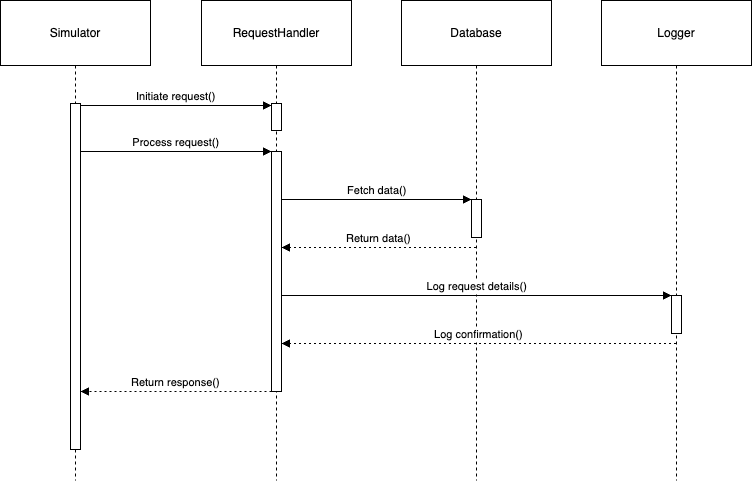
The draw.io diagram report/images/simulator.png in Niceness-2-0/itu-minitwit, before a commit. Source tidied: cells renumbered, new cells last; positions are measured from the earlier drawing's top-left corner, leaving out a move shared by most shapes.
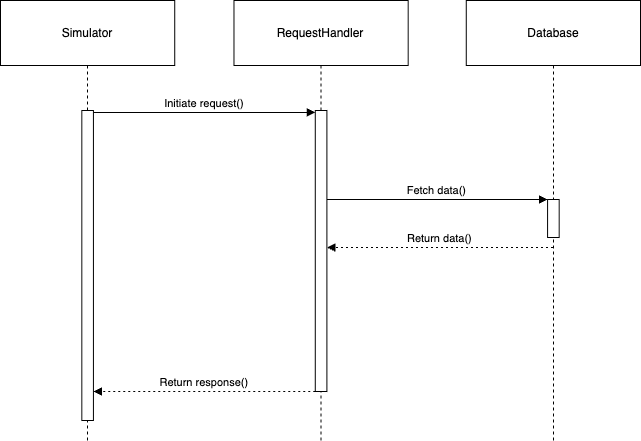
After the commit.

Diff of the diagram source:
```diff
@@ -2,83 +2,51 @@
   <root>
     <mxCell id="0" />
     <mxCell id="1" parent="0" />
-    <mxCell id="2" style="group;" parent="1" vertex="1">
-      <mxGeometry width="751" height="480" as="geometry" />
-    </mxCell>
-    <mxCell id="3" value="Simulator" style="shape=umlLifeline;perimeter=lifelinePerimeter;whiteSpace=wrap;newEdgeStyle={&quot;edgeStyle&quot;:&quot;elbowEdgeStyle&quot;,&quot;elbow&quot;:&quot;vertical&quot;,&quot;curved&quot;:0,&quot;rounded&quot;:0};size=65;" parent="2" vertex="1">
-      <mxGeometry width="150" height="480" as="geometry" />
+    <mxCell id="3" value="Simulator" style="shape=umlLifeline;perimeter=lifelinePerimeter;whiteSpace=wrap;newEdgeStyle={&quot;edgeStyle&quot;:&quot;elbowEdgeStyle&quot;,&quot;elbow&quot;:&quot;vertical&quot;,&quot;curved&quot;:0,&quot;rounded&quot;:0};size=65;" parent="1" vertex="1">
+      <mxGeometry width="174.2" height="440" as="geometry" />
     </mxCell>
     <mxCell id="4" style="points=[];perimeter=orthogonalPerimeter;outlineConnect=0;targetShapes=umlLifeline;portConstraint=eastwest;newEdgeStyle={&quot;edgeStyle&quot;:&quot;elbowEdgeStyle&quot;,&quot;elbow&quot;:&quot;vertical&quot;,&quot;curved&quot;:0,&quot;rounded&quot;:0};" parent="3" vertex="1">
-      <mxGeometry x="70" y="103" width="10" height="346" as="geometry" />
+      <mxGeometry x="81.3" y="110" width="11.6" height="310" as="geometry" />
     </mxCell>
-    <mxCell id="5" value="RequestHandler" style="shape=umlLifeline;perimeter=lifelinePerimeter;whiteSpace=wrap;newEdgeStyle={&quot;edgeStyle&quot;:&quot;elbowEdgeStyle&quot;,&quot;elbow&quot;:&quot;vertical&quot;,&quot;curved&quot;:0,&quot;rounded&quot;:0};size=65;" parent="2" vertex="1">
-      <mxGeometry x="201" width="150" height="480" as="geometry" />
+    <mxCell id="5" value="RequestHandler" style="shape=umlLifeline;perimeter=lifelinePerimeter;whiteSpace=wrap;newEdgeStyle={&quot;edgeStyle&quot;:&quot;elbowEdgeStyle&quot;,&quot;elbow&quot;:&quot;vertical&quot;,&quot;curved&quot;:0,&quot;rounded&quot;:0};size=65;" parent="1" vertex="1">
+      <mxGeometry x="233.5" width="174.2" height="440" as="geometry" />
     </mxCell>
     <mxCell id="6" style="points=[];perimeter=orthogonalPerimeter;outlineConnect=0;targetShapes=umlLifeline;portConstraint=eastwest;newEdgeStyle={&quot;edgeStyle&quot;:&quot;elbowEdgeStyle&quot;,&quot;elbow&quot;:&quot;vertical&quot;,&quot;curved&quot;:0,&quot;rounded&quot;:0};" parent="5" vertex="1">
-      <mxGeometry x="70" y="151" width="10" height="240" as="geometry" />
+      <mxGeometry x="81.3" y="110" width="11.6" height="281" as="geometry" />
     </mxCell>
-    <mxCell id="7" style="points=[];perimeter=orthogonalPerimeter;outlineConnect=0;targetShapes=umlLifeline;portConstraint=eastwest;newEdgeStyle={&quot;edgeStyle&quot;:&quot;elbowEdgeStyle&quot;,&quot;elbow&quot;:&quot;vertical&quot;,&quot;curved&quot;:0,&quot;rounded&quot;:0};" parent="5" vertex="1">
-      <mxGeometry x="70" y="103" width="10" height="27" as="geometry" />
-    </mxCell>
-    <mxCell id="8" value="Database" style="shape=umlLifeline;perimeter=lifelinePerimeter;whiteSpace=wrap;outlineConnect=0;portConstraint=eastwest;newEdgeStyle={&quot;edgeStyle&quot;:&quot;elbowEdgeStyle&quot;,&quot;elbow&quot;:&quot;vertical&quot;,&quot;curved&quot;:0,&quot;rounded&quot;:0};size=65;" parent="2" vertex="1">
-      <mxGeometry x="401" width="150" height="480" as="geometry" />
+    <mxCell id="8" value="Database" style="shape=umlLifeline;perimeter=lifelinePerimeter;whiteSpace=wrap;outlineConnect=0;portConstraint=eastwest;newEdgeStyle={&quot;edgeStyle&quot;:&quot;elbowEdgeStyle&quot;,&quot;elbow&quot;:&quot;vertical&quot;,&quot;curved&quot;:0,&quot;rounded&quot;:0};size=65;" parent="1" vertex="1">
+      <mxGeometry x="465.8" width="174.2" height="440" as="geometry" />
     </mxCell>
     <mxCell id="9" style="points=[];perimeter=orthogonalPerimeter;outlineConnect=0;targetShapes=umlLifeline;portConstraint=eastwest;newEdgeStyle={&quot;edgeStyle&quot;:&quot;elbowEdgeStyle&quot;,&quot;elbow&quot;:&quot;vertical&quot;,&quot;curved&quot;:0,&quot;rounded&quot;:0};" parent="8" vertex="1">
-      <mxGeometry x="70" y="199" width="10" height="38" as="geometry" />
+      <mxGeometry x="81.3" y="199" width="11.6" height="38" as="geometry" />
     </mxCell>
-    <mxCell id="10" value="Logger" style="shape=umlLifeline;perimeter=lifelinePerimeter;whiteSpace=wrap;outlineConnect=0;portConstraint=eastwest;newEdgeStyle={&quot;edgeStyle&quot;:&quot;elbowEdgeStyle&quot;,&quot;elbow&quot;:&quot;vertical&quot;,&quot;curved&quot;:0,&quot;rounded&quot;:0};size=65;" parent="2" vertex="1">
-      <mxGeometry x="601" width="150" height="480" as="geometry" />
-    </mxCell>
-    <mxCell id="11" style="points=[];perimeter=orthogonalPerimeter;outlineConnect=0;targetShapes=umlLifeline;portConstraint=eastwest;newEdgeStyle={&quot;edgeStyle&quot;:&quot;elbowEdgeStyle&quot;,&quot;elbow&quot;:&quot;vertical&quot;,&quot;curved&quot;:0,&quot;rounded&quot;:0};" parent="10" vertex="1">
-      <mxGeometry x="70" y="295" width="10" height="38" as="geometry" />
-    </mxCell>
-    <mxCell id="12" value="Initiate request()" style="verticalAlign=bottom;edgeStyle=elbowEdgeStyle;elbow=vertical;curved=0;rounded=0;endArrow=block;" parent="2" edge="1" target="7">
+    <mxCell id="12" value="Initiate request()" style="verticalAlign=bottom;edgeStyle=elbowEdgeStyle;elbow=vertical;curved=0;rounded=0;endArrow=block;" parent="1" edge="1">
       <mxGeometry relative="1" as="geometry">
-        <mxPoint x="80" y="105" as="sourcePoint" />
+        <mxPoint x="92.9" y="112" as="sourcePoint" />
+        <mxPoint x="314.8" y="112" as="targetPoint" />
         <Array as="points">
-          <mxPoint x="189.5" y="105" />
+          <mxPoint x="220.1" y="112" />
         </Array>
       </mxGeometry>
     </mxCell>
-    <mxCell id="13" value="Process request()" style="verticalAlign=bottom;edgeStyle=elbowEdgeStyle;elbow=vertical;curved=0;rounded=0;endArrow=block;" parent="2" edge="1" source="4" target="6">
-      <mxGeometry relative="1" as="geometry">
-        <Array as="points">
-          <mxPoint x="186" y="151" />
-        </Array>
-      </mxGeometry>
-    </mxCell>
-    <mxCell id="14" value="Fetch data()" style="verticalAlign=bottom;edgeStyle=elbowEdgeStyle;elbow=vertical;curved=0;rounded=0;endArrow=block;" parent="2" edge="1" source="6" target="9">
+    <mxCell id="14" value="Fetch data()" style="verticalAlign=bottom;edgeStyle=elbowEdgeStyle;elbow=vertical;curved=0;rounded=0;endArrow=block;" parent="1" edge="1" source="6" target="9">
       <mxGeometry relative="1" as="geometry">
         <Array as="points">
-          <mxPoint x="387" y="199" />
+          <mxPoint x="449.5" y="199" />
         </Array>
       </mxGeometry>
     </mxCell>
-    <mxCell id="15" value="Return data()" style="verticalAlign=bottom;edgeStyle=elbowEdgeStyle;elbow=vertical;curved=0;rounded=0;dashed=1;dashPattern=2 3;endArrow=block;" parent="2" edge="1" source="8" target="6">
+    <mxCell id="15" value="Return data()" style="verticalAlign=bottom;edgeStyle=elbowEdgeStyle;elbow=vertical;curved=0;rounded=0;dashed=1;dashPattern=2 3;endArrow=block;" parent="1" edge="1" source="8" target="6">
       <mxGeometry relative="1" as="geometry">
         <Array as="points">
-          <mxPoint x="388" y="247" />
+          <mxPoint x="450.7" y="247" />
         </Array>
       </mxGeometry>
     </mxCell>
-    <mxCell id="16" value="Log request details()" style="verticalAlign=bottom;edgeStyle=elbowEdgeStyle;elbow=vertical;curved=0;rounded=0;endArrow=block;" parent="2" edge="1" source="6" target="11">
-      <mxGeometry relative="1" as="geometry">
-        <Array as="points">
-          <mxPoint x="487" y="295" />
-        </Array>
-      </mxGeometry>
-    </mxCell>
-    <mxCell id="17" value="Log confirmation()" style="verticalAlign=bottom;edgeStyle=elbowEdgeStyle;elbow=vertical;curved=0;rounded=0;dashed=1;dashPattern=2 3;endArrow=block;" parent="2" edge="1" source="10" target="6">
-      <mxGeometry relative="1" as="geometry">
-        <Array as="points">
-          <mxPoint x="488" y="343" />
-        </Array>
-      </mxGeometry>
-    </mxCell>
-    <mxCell id="18" value="Return response()" style="verticalAlign=bottom;edgeStyle=elbowEdgeStyle;elbow=vertical;curved=0;rounded=0;dashed=1;dashPattern=2 3;endArrow=block;" parent="2" edge="1" source="6" target="4">
+    <mxCell id="18" value="Return response()" style="verticalAlign=bottom;edgeStyle=elbowEdgeStyle;elbow=vertical;curved=0;rounded=0;dashed=1;dashPattern=2 3;endArrow=block;" parent="1" edge="1" source="6" target="4">
       <mxGeometry relative="1" as="geometry">
         <Array as="points">
-          <mxPoint x="187" y="391" />
+          <mxPoint x="217.2" y="391" />
         </Array>
       </mxGeometry>
     </mxCell>
```
